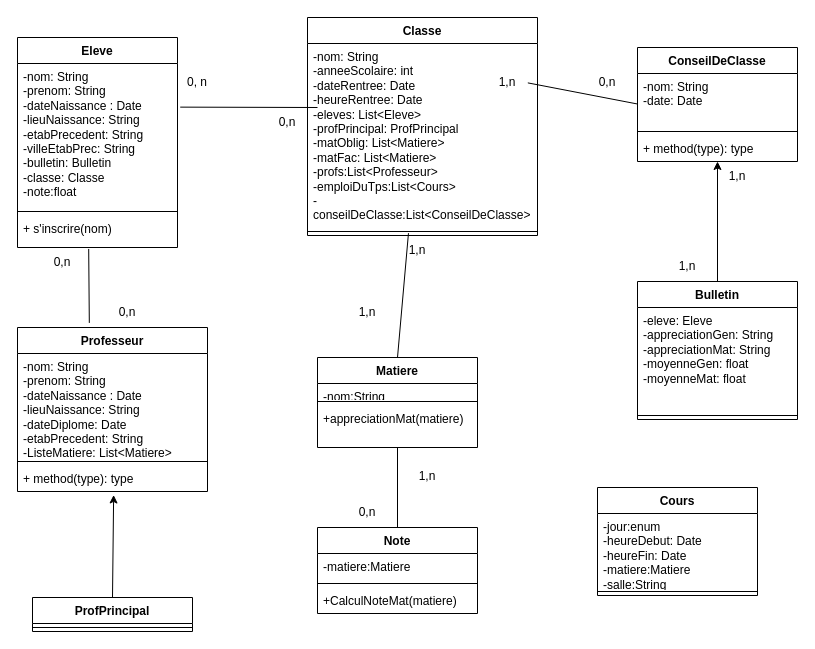
Before: TP3.drawio in sheerinbanu/conception-uml, a draw.io diagram. Source tidied: cells renumbered, new cells numbered last; positions are measured from the earlier drawing's top-left corner, leaving out a move shared by most shapes. Both pictures are drawn from the tidied source at 100%, with x=0, y=0 at pixel (17, 17).
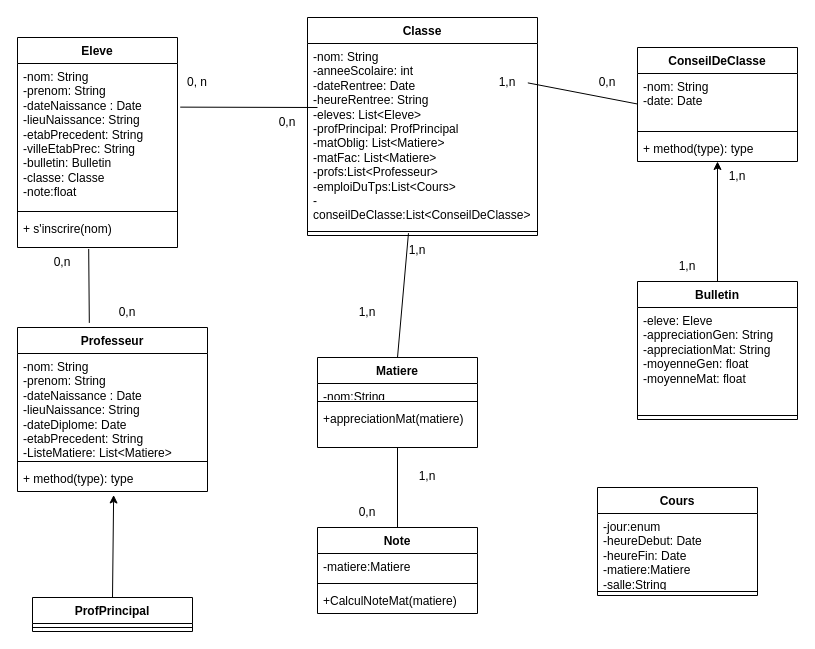
The same page after the edit.

Unchanged cells that the change refers to:
```xml
<mxCell id="10" value="Classe" style="swimlane;fontStyle=1;align=center;verticalAlign=top;horizontal=1;startSize=26;whiteSpace=wrap;html=1;" parent="1" vertex="1">
  <mxGeometry x="290" width="230" height="218" as="geometry" />
</mxCell>
```

Diff of the diagram source:
```diff
@@
-    <mxCell id="11" value="-nom: String&lt;div&gt;-anneeScolaire: int&lt;br&gt;&lt;div&gt;-dateRentree: Date&lt;/div&gt;&lt;div&gt;-heureRentree: Date&lt;/div&gt;&lt;div&gt;-eleves: List&amp;lt;Eleve&amp;gt;&lt;/div&gt;&lt;div&gt;-profPrincipal: ProfPrincipal&lt;/div&gt;&lt;div&gt;-matOblig: List&amp;lt;Matiere&amp;gt;&lt;/div&gt;&lt;div&gt;-matFac: List&amp;lt;Matiere&amp;gt;&lt;/div&gt;&lt;div&gt;-profs:List&amp;lt;Professeur&amp;gt;&lt;/div&gt;&lt;/div&gt;&lt;div&gt;-emploiDuTps:List&amp;lt;Cours&amp;gt;&lt;/div&gt;&lt;div&gt;-conseilDeClasse:List&amp;lt;ConseilDeClasse&amp;gt;&lt;/div&gt;&lt;div&gt;&lt;br&gt;&lt;/div&gt;" style="text;strokeColor=none;fillColor=none;align=left;verticalAlign=top;spacingLeft=4;spacingRight=4;overflow=hidden;points=[[0,0.5],[1,0.5]];portConstraint=eastwest;whiteSpace=wrap;html=1;" parent="10" vertex="1">
+    <mxCell id="11" value="-nom: String&lt;div&gt;-anneeScolaire: int&lt;br&gt;&lt;div&gt;-dateRentree: Date&lt;/div&gt;&lt;div&gt;-heureRentree: String&lt;/div&gt;&lt;div&gt;-eleves: List&amp;lt;Eleve&amp;gt;&lt;/div&gt;&lt;div&gt;-profPrincipal: ProfPrincipal&lt;/div&gt;&lt;div&gt;-matOblig: List&amp;lt;Matiere&amp;gt;&lt;/div&gt;&lt;div&gt;-matFac: List&amp;lt;Matiere&amp;gt;&lt;/div&gt;&lt;div&gt;-profs:List&amp;lt;Professeur&amp;gt;&lt;/div&gt;&lt;/div&gt;&lt;div&gt;-emploiDuTps:List&amp;lt;Cours&amp;gt;&lt;/div&gt;&lt;div&gt;-conseilDeClasse:List&amp;lt;ConseilDeClasse&amp;gt;&lt;/div&gt;&lt;div&gt;&lt;br&gt;&lt;/div&gt;" style="text;strokeColor=none;fillColor=none;align=left;verticalAlign=top;spacingLeft=4;spacingRight=4;overflow=hidden;points=[[0,0.5],[1,0.5]];portConstraint=eastwest;whiteSpace=wrap;html=1;" parent="10" vertex="1">
       <mxGeometry y="26" width="230" height="184" as="geometry" />
     </mxCell>
```
